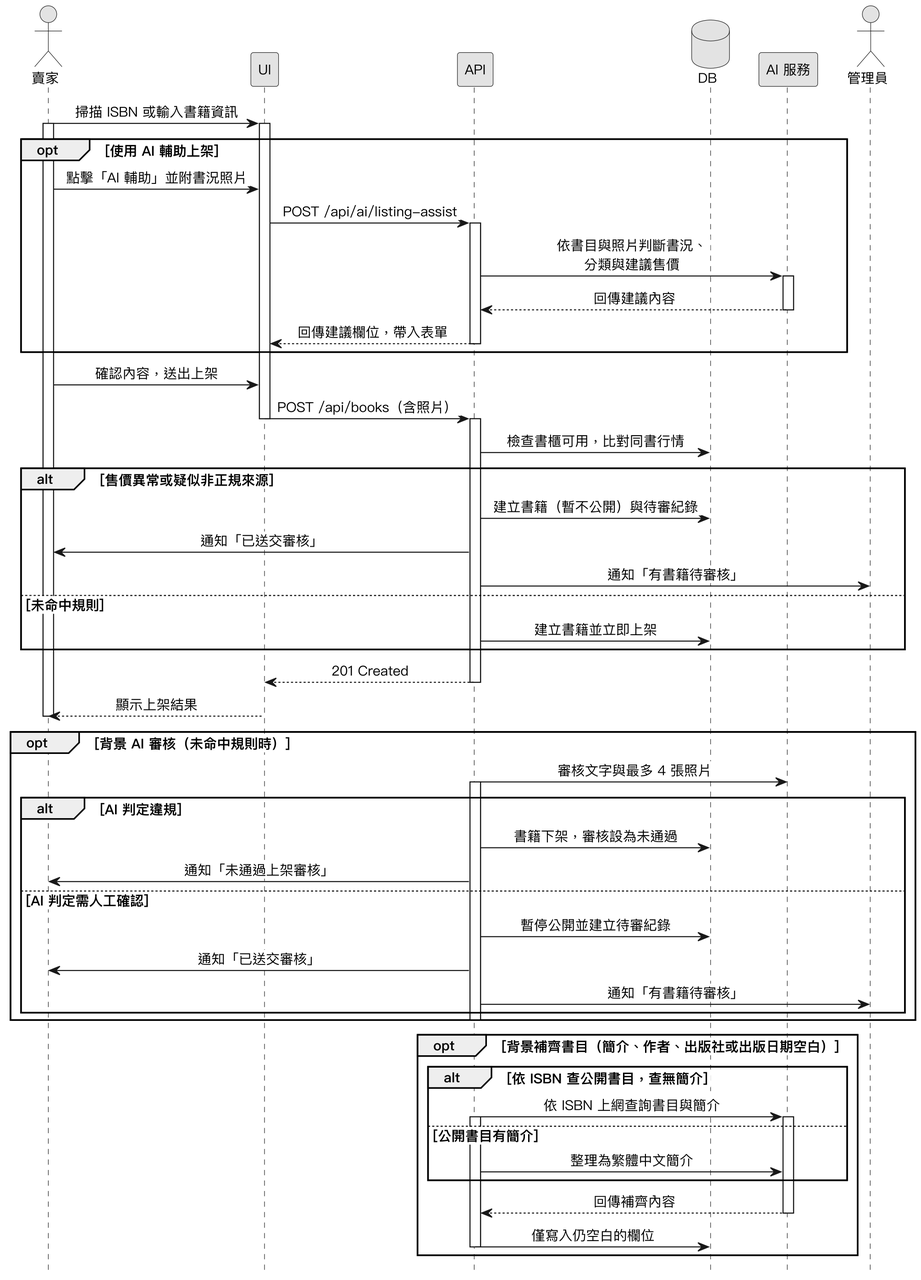
Before: Diagrams/Sequence Diagrams/v3/seq_listing.png, a diagram exported from PlantUML (SaveMyBook/SaveMyBook).
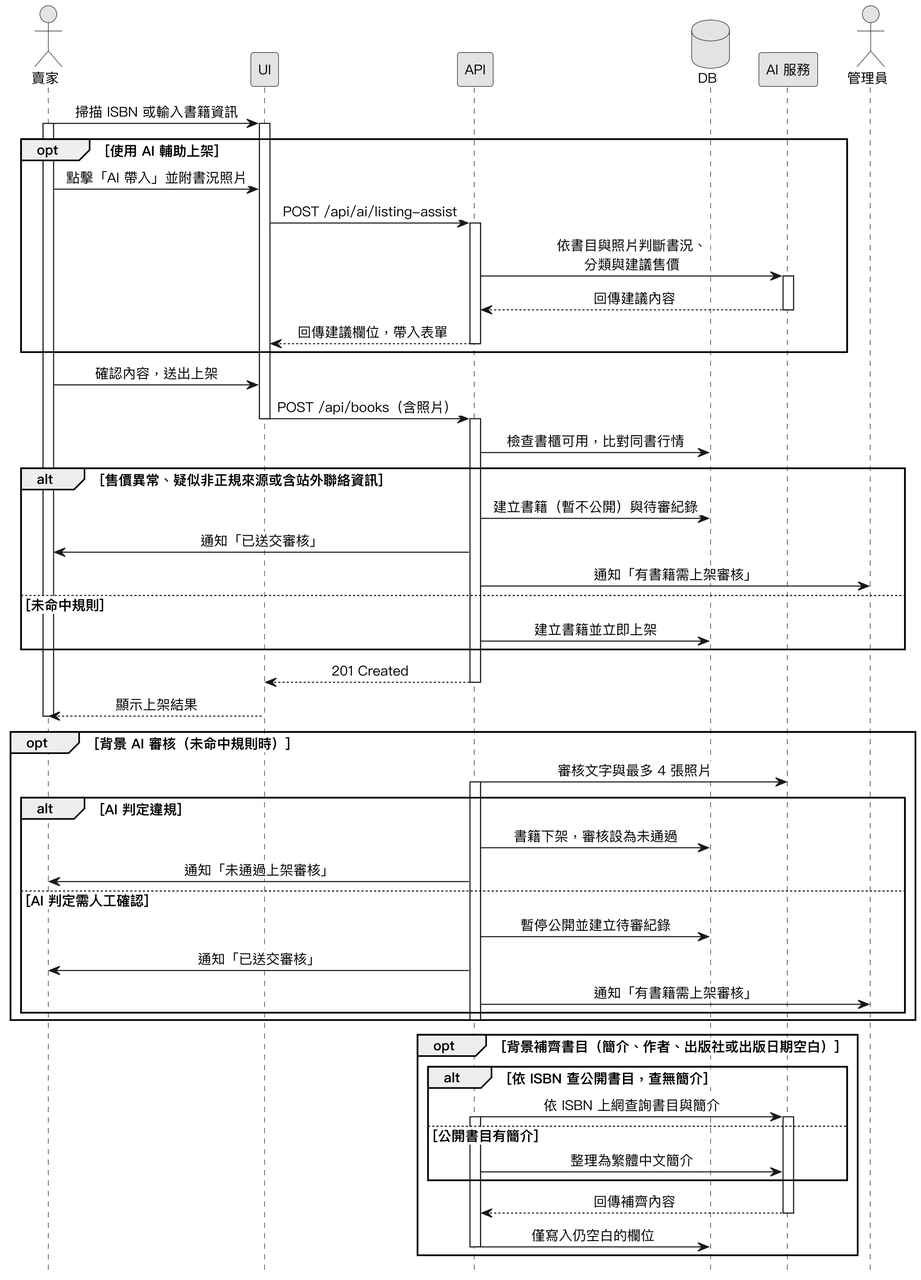
After the commit.

What changed in the source:
```diff
@@ -20,7 +20,7 @@
 activate UI
 
 opt 使用 AI 輔助上架
-  賣家 -> UI : 點擊「AI 輔助」並附書況照片
+  賣家 -> UI : 點擊「AI 帶入」並附書況照片
   UI -> API : POST /api/ai/listing-assist
   activate API
   API -> AI : 依書目與照片判斷書況、\n分類與建議售價
@@ -37,10 +37,10 @@
 activate API
 API -> DB : 檢查書櫃可用，比對同書行情
 
-alt 售價異常或疑似非正規來源
+alt 售價異常、疑似非正規來源或含站外聯絡資訊
   API -> DB : 建立書籍（暫不公開）與待審紀錄
   API -> 賣家 : 通知「已送交審核」
-  API -> 管理員 : 通知「有書籍待審核」
+  API -> 管理員 : 通知「有書籍需上架審核」
 else 未命中規則
   API -> DB : 建立書籍並立即上架
 end
@@ -58,7 +58,7 @@
   else AI 判定需人工確認
     API -> DB : 暫停公開並建立待審紀錄
     API -> 賣家 : 通知「已送交審核」
-    API -> 管理員 : 通知「有書籍待審核」
+    API -> 管理員 : 通知「有書籍需上架審核」
   end
   deactivate API
 end
```
